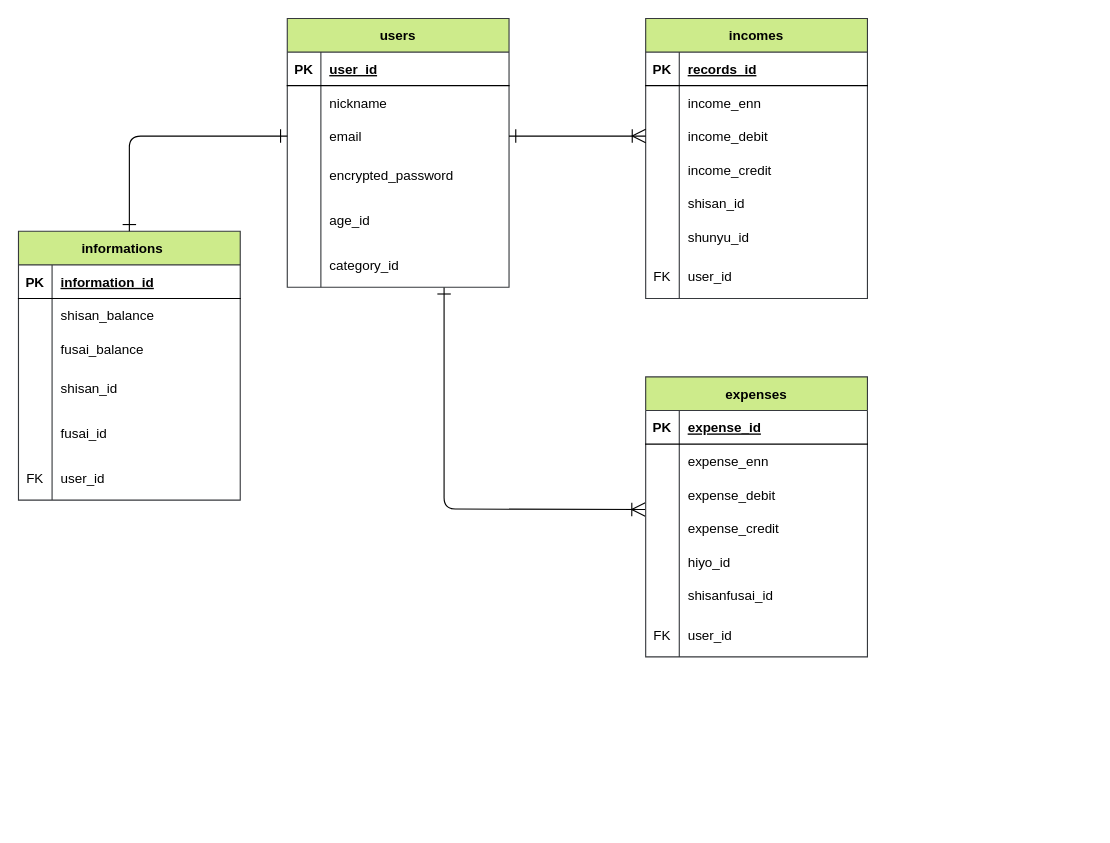
Before: page "ER図" (2 of 3) of moneyforest.dio in rikakohira/moneyforest, a draw.io diagram. Source tidied: cells renumbered, new cells numbered last; positions are measured from the earlier drawing's top-left corner, leaving out a move shared by most shapes. Both pictures are drawn from the tidied source at 112%, with x=0, y=0 at pixel (18, 18).
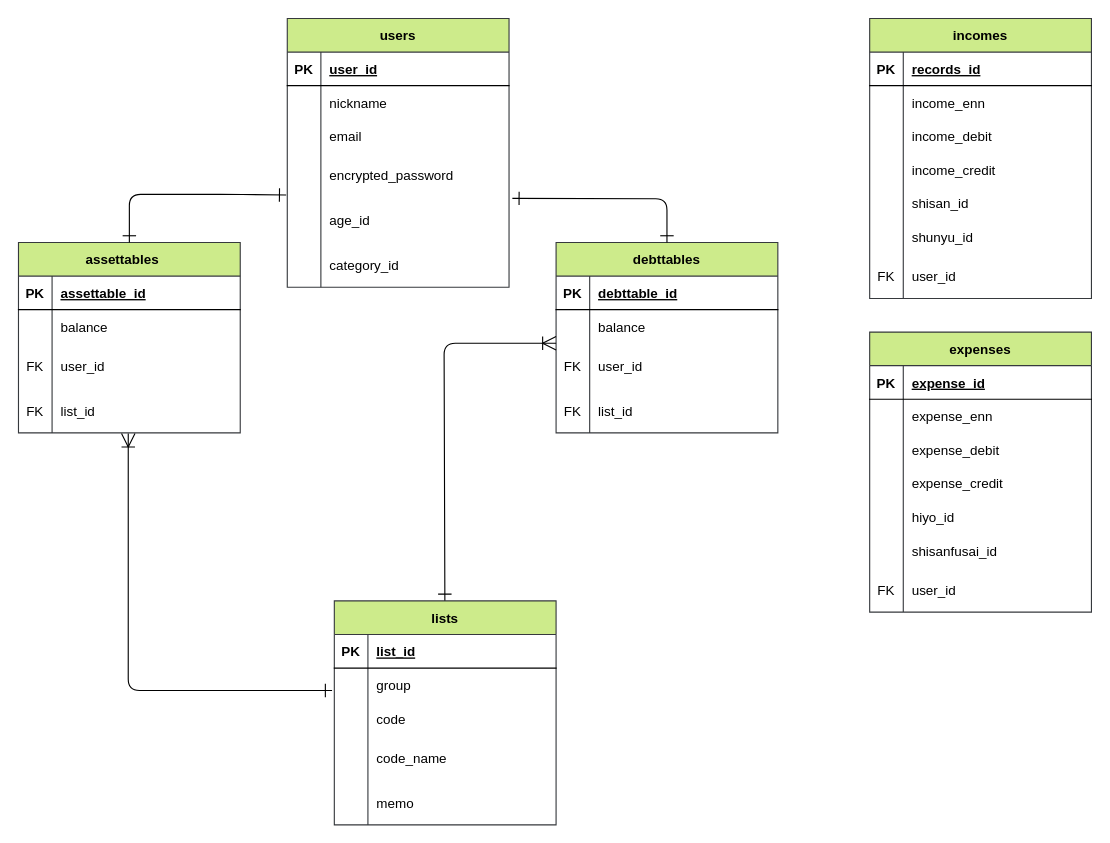
The same page after the edit.

Unchanged cells that the change refers to:
```xml
<mxCell id="10" style="shape=partialRectangle;fillColor=none;top=0;left=0;bottom=0;right=0;points=[[0,0.5],[1,0.5]];portConstraint=eastwest;strokeColor=#000000;fontColor=#000000;" parent="3" vertex="1">
  <mxGeometry y="90" width="198" height="30" as="geometry" />
</mxCell>
<mxCell id="16" style="shape=partialRectangle;fillColor=none;top=0;left=0;bottom=0;right=0;points=[[0,0.5],[1,0.5]];portConstraint=eastwest;strokeColor=#000000;fontColor=#000000;" parent="3" vertex="1">
  <mxGeometry y="160" width="198" height="40" as="geometry" />
</mxCell>
<mxCell id="23" style="shape=partialRectangle;fillColor=none;top=0;left=0;bottom=1;right=0;strokeColor=#000000;fontColor=#000000;" parent="22" vertex="1">
  <mxGeometry y="30" width="198" height="30" as="geometry" />
</mxCell>
<mxCell id="26" style="shape=partialRectangle;fillColor=none;top=0;left=0;bottom=0;right=0;strokeColor=#000000;fontColor=#000000;" parent="22" vertex="1">
  <mxGeometry y="60" width="198" height="30" as="geometry" />
</mxCell>
<mxCell id="48" style="shape=partialRectangle;fillColor=none;top=0;left=0;bottom=0;right=0;points=[[0,0.5],[1,0.5]];portConstraint=eastwest;strokeColor=#000000;fontColor=#000000;" parent="41" vertex="1">
  <mxGeometry y="90" width="198" height="30" as="geometry" />
</mxCell>
<mxCell id="76" style="shape=partialRectangle;fillColor=none;top=0;left=0;bottom=0;right=0;points=[[0,0.5],[1,0.5]];portConstraint=eastwest;strokeColor=#000000;fontColor=#000000;" parent="66" vertex="1">
  <mxGeometry y="120" width="198" height="30" as="geometry" />
</mxCell>
```

The edit, as a diff of the source:
```diff
@@
-    <mxCell id="2" style="edgeStyle=none;html=1;entryX=-0.002;entryY=-0.053;entryDx=0;entryDy=0;entryPerimeter=0;startArrow=ERone;startFill=0;endArrow=ERoneToMany;endFill=0;startSize=10;endSize=10;strokeColor=#000000;" parent="1" edge="1" target="76">
-      <mxGeometry relative="1" as="geometry">
-        <mxPoint x="380" y="240" as="sourcePoint" />
-        <Array as="points">
-          <mxPoint x="380" y="438" />
-        </Array>
-      </mxGeometry>
-    </mxCell>
@@
-    <mxCell id="22" value="informations　" style="shape=table;startSize=30;childLayout=tableLayout;rowLines=0;fontStyle=1;align=center;strokeColor=#36393d;fillColor=#cdeb8b;fontColor=#000000;portConstraintRotation=0;resizeLastRow=1;" parent="1" vertex="1">
-      <mxGeometry y="190" width="198" height="240" as="geometry" />
+    <mxCell id="22" value="assettables　" style="shape=table;startSize=30;childLayout=tableLayout;rowLines=0;fontStyle=1;align=center;strokeColor=#36393d;fillColor=#cdeb8b;fontColor=#000000;portConstraintRotation=0;resizeLastRow=1;" parent="1" vertex="1">
+      <mxGeometry y="200" width="198" height="170" as="geometry" />
     </mxCell>
@@
-    <mxCell id="25" value="information_id" style="shape=partialRectangle;fillColor=none;top=0;left=0;bottom=0;right=0;align=left;spacingLeft=6;fontStyle=5;overflow=hidden;strokeColor=#000000;fontColor=#000000;" parent="23" vertex="1">
+    <mxCell id="25" value="assettable_id" style="shape=partialRectangle;fillColor=none;top=0;left=0;bottom=0;right=0;align=left;spacingLeft=6;fontStyle=5;overflow=hidden;strokeColor=#000000;fontColor=#000000;" parent="23" vertex="1">
       <mxGeometry x="30" width="168" height="30" as="geometry" />
     </mxCell>
@@
-    <mxCell id="28" value="shisan_balance" style="shape=partialRectangle;fillColor=none;top=0;left=0;bottom=0;right=0;align=left;spacingLeft=6;overflow=hidden;strokeColor=#000000;fontColor=#000000;" parent="26" vertex="1">
+    <mxCell id="28" value="balance" style="shape=partialRectangle;fillColor=none;top=0;left=0;bottom=0;right=0;align=left;spacingLeft=6;overflow=hidden;strokeColor=#000000;fontColor=#000000;" parent="26" vertex="1">
       <mxGeometry x="30" width="168" height="30" as="geometry" />
     </mxCell>
-    <mxCell id="29" style="shape=partialRectangle;fillColor=none;top=0;left=0;bottom=0;right=0;strokeColor=#000000;fontColor=#000000;" parent="22" vertex="1">
-      <mxGeometry y="90" width="198" height="30" as="geometry" />
-    </mxCell>
-    <mxCell id="30" style="shape=partialRectangle;fillColor=none;top=0;left=0;bottom=0;right=0;overflow=hidden;strokeColor=#000000;fontColor=#000000;" parent="29" vertex="1">
-      <mxGeometry width="30" height="30" as="geometry" />
-    </mxCell>
-    <mxCell id="31" value="fusai_balance" style="shape=partialRectangle;fillColor=none;top=0;left=0;bottom=0;right=0;align=left;spacingLeft=6;overflow=hidden;strokeColor=#000000;fontColor=#000000;" parent="29" vertex="1">
-      <mxGeometry x="30" width="168" height="30" as="geometry" />
-    </mxCell>
     <mxCell id="32" style="shape=partialRectangle;fillColor=none;top=0;left=0;bottom=0;right=0;strokeColor=#000000;fontColor=#000000;" parent="22" vertex="1">
-      <mxGeometry y="120" width="198" height="40" as="geometry" />
+      <mxGeometry y="90" width="198" height="40" as="geometry" />
     </mxCell>
@@
-    <mxCell id="34" value="shisan_id" style="shape=partialRectangle;fillColor=none;top=0;left=0;bottom=0;right=0;align=left;spacingLeft=6;overflow=hidden;strokeColor=#000000;fontColor=#000000;" parent="32" vertex="1">
+    <mxCell id="34" value="user_id" style="shape=partialRectangle;fillColor=none;top=0;left=0;bottom=0;right=0;align=left;spacingLeft=6;overflow=hidden;strokeColor=#000000;fontColor=#000000;" parent="32" vertex="1">
       <mxGeometry x="30" width="168" height="40" as="geometry" />
     </mxCell>
-    <mxCell id="35" style="shape=partialRectangle;fillColor=none;top=0;left=0;bottom=0;right=0;strokeColor=#000000;fontColor=#000000;" parent="22" vertex="1">
-      <mxGeometry y="160" width="198" height="40" as="geometry" />
-    </mxCell>
-    <mxCell id="36" style="shape=partialRectangle;fillColor=none;top=0;left=0;bottom=0;right=0;overflow=hidden;strokeColor=#000000;fontColor=#000000;" parent="35" vertex="1">
-      <mxGeometry width="30" height="40" as="geometry" />
-    </mxCell>
-    <mxCell id="37" value="fusai_id" style="shape=partialRectangle;fillColor=none;top=0;left=0;bottom=0;right=0;align=left;spacingLeft=6;overflow=hidden;strokeColor=#000000;fontColor=#000000;" parent="35" vertex="1">
-      <mxGeometry x="30" width="168" height="40" as="geometry" />
-    </mxCell>
     <mxCell id="38" style="shape=partialRectangle;fillColor=none;top=0;left=0;bottom=0;right=0;points=[[0,0.5],[1,0.5]];portConstraint=eastwest;strokeColor=#000000;fontColor=#000000;" parent="22" vertex="1">
-      <mxGeometry y="200" width="198" height="40" as="geometry" />
+      <mxGeometry y="130" width="198" height="40" as="geometry" />
     </mxCell>
@@
-    <mxCell id="40" value="user_id" style="shape=partialRectangle;fillColor=none;top=0;left=0;bottom=0;right=0;align=left;spacingLeft=6;overflow=hidden;strokeColor=#000000;fontColor=#000000;" parent="38" vertex="1">
+    <mxCell id="40" value="list_id" style="shape=partialRectangle;fillColor=none;top=0;left=0;bottom=0;right=0;align=left;spacingLeft=6;overflow=hidden;strokeColor=#000000;fontColor=#000000;" parent="38" vertex="1">
       <mxGeometry x="30" width="168" height="40" as="geometry" />
     </mxCell>
     <mxCell id="41" value="incomes" style="shape=table;startSize=30;childLayout=tableLayout;rowLines=0;fontStyle=1;align=center;strokeColor=#36393d;fillColor=#cdeb8b;fontColor=#000000;resizeLastRow=1;" parent="1" vertex="1">
-      <mxGeometry x="560" width="198" height="250" as="geometry" />
+      <mxGeometry x="760" width="198" height="250" as="geometry" />
     </mxCell>
@@
-    <mxCell id="64" style="edgeStyle=none;html=1;entryX=0.5;entryY=0;entryDx=0;entryDy=0;strokeColor=#000000;startArrow=ERone;startFill=0;endArrow=ERone;endFill=0;endSize=10;startSize=10;" parent="1" edge="1" source="10" target="22">
+    <mxCell id="64" style="edgeStyle=none;html=1;entryX=0.5;entryY=0;entryDx=0;entryDy=0;strokeColor=#000000;startArrow=ERone;startFill=0;endArrow=ERone;endFill=0;endSize=10;startSize=10;exitX=-0.005;exitY=-0.06;exitDx=0;exitDy=0;exitPerimeter=0;" parent="1" edge="1" source="16" target="22">
       <mxGeometry relative="1" as="geometry">
         <Array as="points">
-          <mxPoint x="99" y="105" />
+          <mxPoint x="190" y="157" />
+          <mxPoint x="99" y="157" />
         </Array>
       </mxGeometry>
     </mxCell>
-    <mxCell id="65" style="edgeStyle=none;html=1;entryX=0;entryY=0.5;entryDx=0;entryDy=0;startArrow=ERone;startFill=0;endArrow=ERoneToMany;endFill=0;startSize=10;endSize=10;strokeColor=#000000;" parent="1" edge="1" source="10" target="48">
-      <mxGeometry relative="1" as="geometry" />
-    </mxCell>
     <mxCell id="66" value="expenses" style="shape=table;startSize=30;childLayout=tableLayout;rowLines=0;fontStyle=1;align=center;strokeColor=#36393d;fillColor=#cdeb8b;fontColor=#000000;resizeLastRow=1;" parent="1" vertex="1">
-      <mxGeometry x="560" y="320" width="198" height="250" as="geometry" />
+      <mxGeometry x="760" y="280" width="198" height="250" as="geometry" />
     </mxCell>
@@
+    <mxCell id="88" value="FK" style="shape=partialRectangle;fillColor=none;top=0;left=0;bottom=0;right=0;overflow=hidden;strokeColor=#000000;fontColor=#000000;" parent="1" vertex="1">
+      <mxGeometry y="290" width="30" height="40" as="geometry" />
+    </mxCell>
+    <mxCell id="89" value="debttables" style="shape=table;startSize=30;childLayout=tableLayout;rowLines=0;fontStyle=1;align=center;strokeColor=#36393d;fillColor=#cdeb8b;fontColor=#000000;portConstraintRotation=0;resizeLastRow=1;" parent="1" vertex="1">
+      <mxGeometry x="480" y="200" width="198" height="170" as="geometry" />
+    </mxCell>
+    <mxCell id="90" style="shape=partialRectangle;fillColor=none;top=0;left=0;bottom=1;right=0;strokeColor=#000000;fontColor=#000000;" parent="89" vertex="1">
+      <mxGeometry y="30" width="198" height="30" as="geometry" />
+    </mxCell>
+    <mxCell id="91" value="PK" style="shape=partialRectangle;fillColor=none;top=0;left=0;bottom=0;right=0;fontStyle=1;overflow=hidden;strokeColor=#000000;fontColor=#000000;" parent="90" vertex="1">
+      <mxGeometry width="30" height="30" as="geometry" />
+    </mxCell>
+    <mxCell id="92" value="debttable_id" style="shape=partialRectangle;fillColor=none;top=0;left=0;bottom=0;right=0;align=left;spacingLeft=6;fontStyle=5;overflow=hidden;strokeColor=#000000;fontColor=#000000;" parent="90" vertex="1">
+      <mxGeometry x="30" width="168" height="30" as="geometry" />
+    </mxCell>
+    <mxCell id="93" style="shape=partialRectangle;fillColor=none;top=0;left=0;bottom=0;right=0;strokeColor=#000000;fontColor=#000000;" parent="89" vertex="1">
+      <mxGeometry y="60" width="198" height="30" as="geometry" />
+    </mxCell>
+    <mxCell id="94" style="shape=partialRectangle;fillColor=none;top=0;left=0;bottom=0;right=0;overflow=hidden;strokeColor=#000000;fontColor=#000000;" parent="93" vertex="1">
+      <mxGeometry width="30" height="30" as="geometry" />
+    </mxCell>
+    <mxCell id="95" value="balance" style="shape=partialRectangle;fillColor=none;top=0;left=0;bottom=0;right=0;align=left;spacingLeft=6;overflow=hidden;strokeColor=#000000;fontColor=#000000;" parent="93" vertex="1">
+      <mxGeometry x="30" width="168" height="30" as="geometry" />
+    </mxCell>
+    <mxCell id="96" style="shape=partialRectangle;fillColor=none;top=0;left=0;bottom=0;right=0;strokeColor=#000000;fontColor=#000000;" parent="89" vertex="1">
+      <mxGeometry y="90" width="198" height="40" as="geometry" />
+    </mxCell>
+    <mxCell id="97" style="shape=partialRectangle;fillColor=none;top=0;left=0;bottom=0;right=0;overflow=hidden;strokeColor=#000000;fontColor=#000000;" parent="96" vertex="1">
+      <mxGeometry width="30" height="40" as="geometry" />
+    </mxCell>
+    <mxCell id="98" value="user_id" style="shape=partialRectangle;fillColor=none;top=0;left=0;bottom=0;right=0;align=left;spacingLeft=6;overflow=hidden;strokeColor=#000000;fontColor=#000000;" parent="96" vertex="1">
+      <mxGeometry x="30" width="168" height="40" as="geometry" />
+    </mxCell>
+    <mxCell id="99" style="shape=partialRectangle;fillColor=none;top=0;left=0;bottom=0;right=0;strokeColor=#000000;fontColor=#000000;" parent="89" vertex="1">
+      <mxGeometry y="130" width="198" height="40" as="geometry" />
+    </mxCell>
+    <mxCell id="100" value="FK" style="shape=partialRectangle;fillColor=none;top=0;left=0;bottom=0;right=0;overflow=hidden;strokeColor=#000000;fontColor=#000000;" parent="99" vertex="1">
+      <mxGeometry width="30" height="40" as="geometry" />
+    </mxCell>
+    <mxCell id="101" value="list_id" style="shape=partialRectangle;fillColor=none;top=0;left=0;bottom=0;right=0;align=left;spacingLeft=6;overflow=hidden;strokeColor=#000000;fontColor=#000000;" parent="99" vertex="1">
+      <mxGeometry x="30" width="168" height="40" as="geometry" />
+    </mxCell>
+    <mxCell id="102" value="FK" style="shape=partialRectangle;fillColor=none;top=0;left=0;bottom=0;right=0;overflow=hidden;strokeColor=#000000;fontColor=#000000;" parent="1" vertex="1">
+      <mxGeometry x="480" y="290" width="30" height="40" as="geometry" />
+    </mxCell>
+    <mxCell id="103" style="edgeStyle=none;html=1;startArrow=ERone;startFill=0;endArrow=ERoneToMany;endFill=0;startSize=10;endSize=10;strokeColor=#000000;" parent="1" edge="1" source="104">
+      <mxGeometry relative="1" as="geometry">
+        <mxPoint x="480" y="290" as="targetPoint" />
+        <Array as="points">
+          <mxPoint x="380" y="290" />
+        </Array>
+      </mxGeometry>
+    </mxCell>
+    <mxCell id="104" value="lists" style="shape=table;startSize=30;childLayout=tableLayout;rowLines=0;fontStyle=1;align=center;strokeColor=#36393d;fillColor=#cdeb8b;fontColor=#000000;portConstraintRotation=0;resizeLastRow=1;" parent="1" vertex="1">
+      <mxGeometry x="282" y="520" width="198" height="200" as="geometry" />
+    </mxCell>
+    <mxCell id="105" style="shape=partialRectangle;fillColor=none;top=0;left=0;bottom=1;right=0;strokeColor=#000000;fontColor=#000000;" parent="104" vertex="1">
+      <mxGeometry y="30" width="198" height="30" as="geometry" />
+    </mxCell>
+    <mxCell id="106" value="PK" style="shape=partialRectangle;fillColor=none;top=0;left=0;bottom=0;right=0;fontStyle=1;overflow=hidden;strokeColor=#000000;fontColor=#000000;" parent="105" vertex="1">
+      <mxGeometry width="30" height="30" as="geometry" />
+    </mxCell>
+    <mxCell id="107" value="list_id" style="shape=partialRectangle;fillColor=none;top=0;left=0;bottom=0;right=0;align=left;spacingLeft=6;fontStyle=5;overflow=hidden;strokeColor=#000000;fontColor=#000000;" parent="105" vertex="1">
+      <mxGeometry x="30" width="168" height="30" as="geometry" />
+    </mxCell>
+    <mxCell id="108" style="shape=partialRectangle;fillColor=none;top=0;left=0;bottom=0;right=0;strokeColor=#000000;fontColor=#000000;" parent="104" vertex="1">
+      <mxGeometry y="60" width="198" height="30" as="geometry" />
+    </mxCell>
+    <mxCell id="109" style="shape=partialRectangle;fillColor=none;top=0;left=0;bottom=0;right=0;overflow=hidden;strokeColor=#000000;fontColor=#000000;" parent="108" vertex="1">
+      <mxGeometry width="30" height="30" as="geometry" />
+    </mxCell>
+    <mxCell id="110" value="group" style="shape=partialRectangle;fillColor=none;top=0;left=0;bottom=0;right=0;align=left;spacingLeft=6;overflow=hidden;strokeColor=#000000;fontColor=#000000;" parent="108" vertex="1">
+      <mxGeometry x="30" width="168" height="30" as="geometry" />
+    </mxCell>
+    <mxCell id="29" style="shape=partialRectangle;fillColor=none;top=0;left=0;bottom=0;right=0;strokeColor=#000000;fontColor=#000000;" parent="104" vertex="1">
+      <mxGeometry y="90" width="198" height="30" as="geometry" />
+    </mxCell>
+    <mxCell id="111" style="shape=partialRectangle;fillColor=none;top=0;left=0;bottom=0;right=0;overflow=hidden;strokeColor=#000000;fontColor=#000000;" parent="29" vertex="1">
+      <mxGeometry width="30" height="30" as="geometry" />
+    </mxCell>
+    <mxCell id="112" value="code" style="shape=partialRectangle;fillColor=none;top=0;left=0;bottom=0;right=0;align=left;spacingLeft=6;overflow=hidden;strokeColor=#000000;fontColor=#000000;" parent="29" vertex="1">
+      <mxGeometry x="30" width="168" height="30" as="geometry" />
+    </mxCell>
+    <mxCell id="113" style="shape=partialRectangle;fillColor=none;top=0;left=0;bottom=0;right=0;strokeColor=#000000;fontColor=#000000;" parent="104" vertex="1">
+      <mxGeometry y="120" width="198" height="40" as="geometry" />
+    </mxCell>
+    <mxCell id="114" style="shape=partialRectangle;fillColor=none;top=0;left=0;bottom=0;right=0;overflow=hidden;strokeColor=#000000;fontColor=#000000;" parent="113" vertex="1">
+      <mxGeometry width="30" height="40" as="geometry" />
+    </mxCell>
+    <mxCell id="115" value="code_name" style="shape=partialRectangle;fillColor=none;top=0;left=0;bottom=0;right=0;align=left;spacingLeft=6;overflow=hidden;strokeColor=#000000;fontColor=#000000;" parent="113" vertex="1">
+      <mxGeometry x="30" width="168" height="40" as="geometry" />
+    </mxCell>
+    <mxCell id="35" style="shape=partialRectangle;fillColor=none;top=0;left=0;bottom=0;right=0;strokeColor=#000000;fontColor=#000000;" parent="104" vertex="1">
+      <mxGeometry y="160" width="198" height="40" as="geometry" />
+    </mxCell>
+    <mxCell id="116" style="shape=partialRectangle;fillColor=none;top=0;left=0;bottom=0;right=0;overflow=hidden;strokeColor=#000000;fontColor=#000000;" parent="35" vertex="1">
+      <mxGeometry width="30" height="40" as="geometry" />
+    </mxCell>
+    <mxCell id="117" value="memo" style="shape=partialRectangle;fillColor=none;top=0;left=0;bottom=0;right=0;align=left;spacingLeft=6;overflow=hidden;strokeColor=#000000;fontColor=#000000;" parent="35" vertex="1">
+      <mxGeometry x="30" width="168" height="40" as="geometry" />
+    </mxCell>
+    <mxCell id="118" style="edgeStyle=none;html=1;entryX=0.5;entryY=0;entryDx=0;entryDy=0;strokeColor=#000000;startArrow=ERone;startFill=0;endArrow=ERone;endFill=0;endSize=10;startSize=10;exitX=1.015;exitY=0.015;exitDx=0;exitDy=0;exitPerimeter=0;" parent="1" edge="1" source="16" target="89">
+      <mxGeometry relative="1" as="geometry">
+        <Array as="points">
+          <mxPoint x="579" y="161" />
+        </Array>
+      </mxGeometry>
+    </mxCell>
+    <mxCell id="119" style="edgeStyle=none;html=1;entryX=0.495;entryY=1.015;entryDx=0;entryDy=0;entryPerimeter=0;strokeColor=#000000;endArrow=ERoneToMany;endFill=0;startArrow=ERone;startFill=0;endSize=10;startSize=10;" parent="1" edge="1" target="38">
+      <mxGeometry relative="1" as="geometry">
+        <mxPoint x="280" y="600" as="sourcePoint" />
+        <Array as="points">
+          <mxPoint x="98" y="600" />
+        </Array>
+      </mxGeometry>
+    </mxCell>
```
